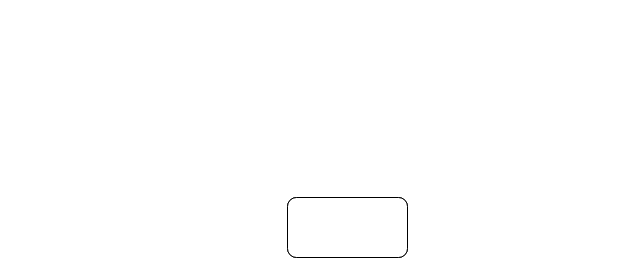
Above: Untitled Diagram.drawio in Caiuu3/Supermercadoteste (draw.io), before the change. Source tidied: cells renumbered, new cells numbered last; positions are measured from the earlier drawing's top-left corner, leaving out a move shared by most shapes. Both pictures are drawn from the tidied source at 100%, with x=0, y=0 at pixel (287, 197).
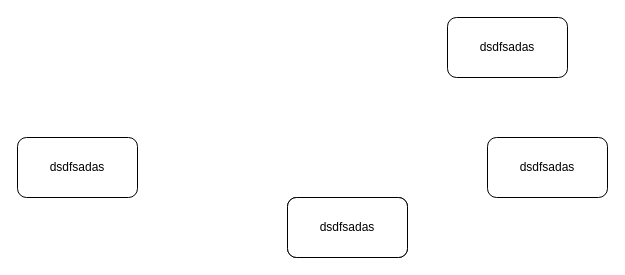
Above is the later version.

Diff of the diagram source:
```diff
@@
 <mxGraphModel>
   <root>
     <mxCell id="0" />
     <mxCell id="1" parent="0" />
     <mxCell id="2" style="rounded=1;whiteSpace=wrap;html=1;" parent="1" vertex="1">
       <mxGeometry width="120" height="60" as="geometry" />
     </mxCell>
-    <mxCell id="3" style="rounded=1;whiteSpace=wrap;html=1;" parent="1" vertex="1">
+    <mxCell id="3" value="dsdfsadas" style="rounded=1;whiteSpace=wrap;html=1;" parent="1" vertex="1">
       <mxGeometry width="120" height="60" as="geometry" />
     </mxCell>
+    <mxCell id="4" value="dsdfsadas" style="rounded=1;whiteSpace=wrap;html=1;" parent="1" vertex="1">
+      <mxGeometry x="-270" y="-60" width="120" height="60" as="geometry" />
+    </mxCell>
+    <mxCell id="5" value="dsdfsadas" style="rounded=1;whiteSpace=wrap;html=1;" parent="1" vertex="1">
+      <mxGeometry x="160" y="-180" width="120" height="60" as="geometry" />
+    </mxCell>
+    <mxCell id="6" value="dsdfsadas" style="rounded=1;whiteSpace=wrap;html=1;" parent="1" vertex="1">
+      <mxGeometry x="200" y="-60" width="120" height="60" as="geometry" />
+    </mxCell>
   </root>
 </mxGraphModel>
```
